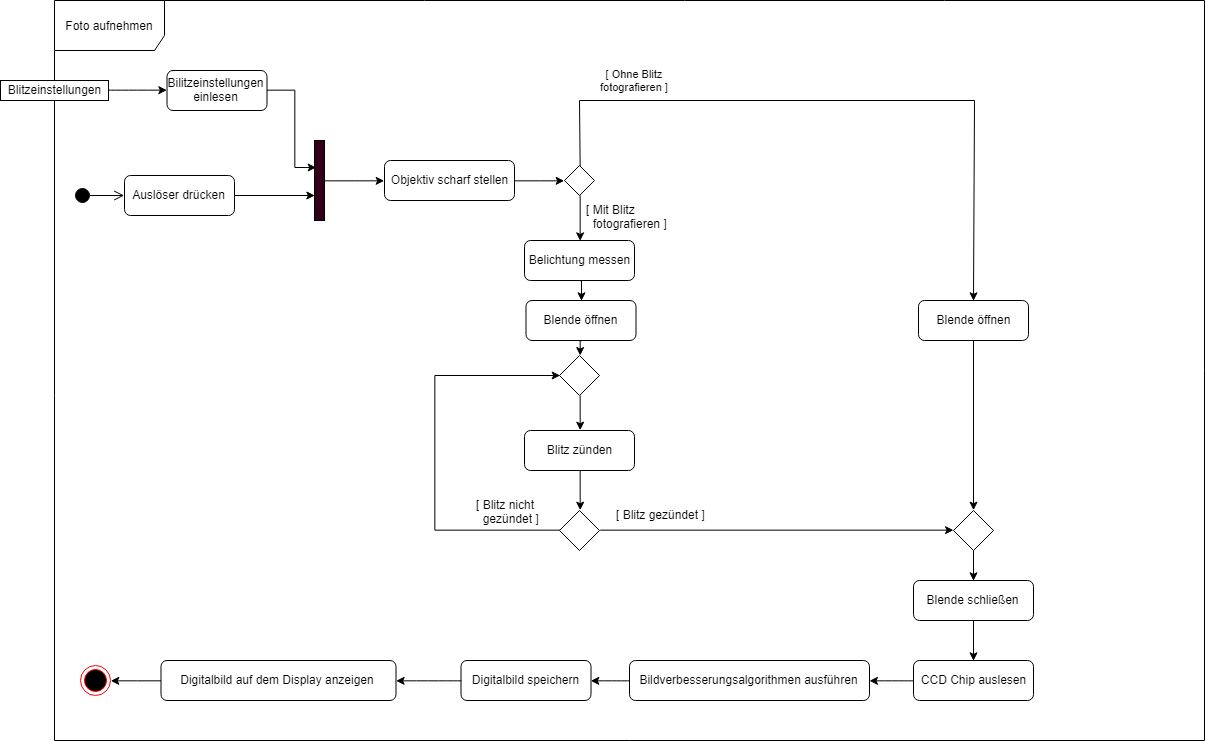
This is UML/Blatt2/Aufgabe_4.png from sweIhm-ws2018-19/skillproject-fr-33, a draw.io export, as it was before one commit. Source tidied: cells renumbered, new cells last; positions are measured from the earlier drawing's top-left corner, leaving out a move shared by most shapes.
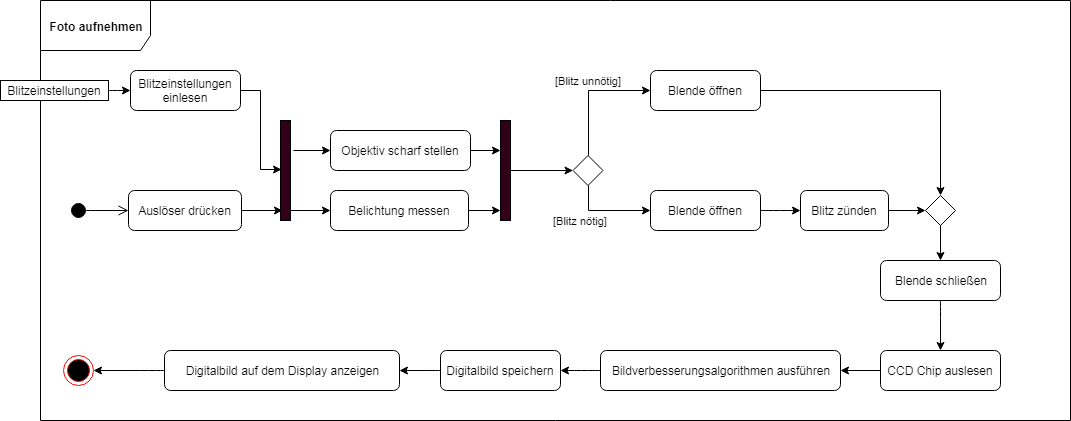
The same file after the commit.

Commit message:
Blatt 2 Aufgabe 4: keine Schleife für Blitz

closes #5

Diff of the diagram source:
```diff
@@ -2,155 +2,140 @@
   <root>
     <mxCell id="0" />
     <mxCell id="1" parent="0" />
-    <mxCell id="2" style="edgeStyle=orthogonalEdgeStyle;rounded=0;html=1;exitX=0.5;exitY=1;entryX=0.5;entryY=0;jettySize=auto;" parent="1" edge="1" source="3" target="33">
-      <mxGeometry relative="1" as="geometry" />
-    </mxCell>
+    <mxCell id="46" style="edgeStyle=orthogonalEdgeStyle;curved=1;rounded=0;html=1;exitX=1;exitY=0.5;entryX=0;entryY=0.5;jettySize=auto;" parent="1" edge="1" source="3" target="35">
+      <mxGeometry relative="1" as="geometry" />
+    </mxCell>
-    <mxCell id="3" value="Belichtung messen" style="rounded=1;whiteSpace=wrap;html=1;" parent="1" vertex="1">
-      <mxGeometry x="524" y="240" width="110" height="40" as="geometry" />
+    <mxCell id="3" value="Blende öffnen" style="rounded=1;whiteSpace=wrap;html=1;" parent="1" vertex="1">
+      <mxGeometry x="684" y="190" width="110" height="40" as="geometry" />
     </mxCell>
-    <mxCell id="4" style="edgeStyle=orthogonalEdgeStyle;rounded=0;html=1;entryX=0;entryY=0.688;entryPerimeter=0;jettySize=auto;" parent="1" edge="1" source="5" target="24">
-      <mxGeometry relative="1" as="geometry" />
-    </mxCell>
+    <mxCell id="47" style="edgeStyle=orthogonalEdgeStyle;rounded=0;html=1;jettySize=auto;" parent="1" edge="1" source="5">
+      <mxGeometry relative="1" as="geometry">
+        <mxPoint x="316" y="210" as="targetPoint" />
+      </mxGeometry>
+    </mxCell>
     <mxCell id="5" value="Auslöser drücken" style="rounded=1;whiteSpace=wrap;html=1;fillColor=none;gradientColor=none;" parent="1" vertex="1">
-      <mxGeometry x="124" y="175" width="110" height="40" as="geometry" />
+      <mxGeometry x="162" y="190" width="113" height="40" as="geometry" />
     </mxCell>
+    <mxCell id="48" value="Objektiv scharf stellen" style="rounded=1;whiteSpace=wrap;html=1;fillColor=none;gradientColor=none;" parent="1" vertex="1">
+      <mxGeometry x="364" y="130" width="140" height="40" as="geometry" />
+    </mxCell>
-    <mxCell id="6" style="edgeStyle=orthogonalEdgeStyle;rounded=0;html=1;exitX=0.5;exitY=1;entryX=0.5;entryY=0;jettySize=auto;" parent="1" edge="1" source="7" target="9">
+    <mxCell id="6" style="edgeStyle=orthogonalEdgeStyle;curved=1;rounded=0;html=1;entryX=0.5;entryY=0;jettySize=auto;exitX=0.5;exitY=1;" parent="1" edge="1" source="7" target="9">
       <mxGeometry relative="1" as="geometry" />
     </mxCell>
     <mxCell id="7" value="Blende schließen" style="rounded=1;whiteSpace=wrap;html=1;fillColor=none;gradientColor=none;" parent="1" vertex="1">
-      <mxGeometry x="913" y="580" width="120" height="40" as="geometry" />
+      <mxGeometry x="914" y="260" width="120" height="40" as="geometry" />
     </mxCell>
-    <mxCell id="8" style="edgeStyle=orthogonalEdgeStyle;curved=1;rounded=0;html=1;exitX=0;exitY=0.5;entryX=1;entryY=0.5;jettySize=auto;" parent="1" edge="1" source="9" target="11">
+    <mxCell id="8" style="edgeStyle=orthogonalEdgeStyle;rounded=0;html=1;exitX=0;exitY=0.5;entryX=1;entryY=0.5;jettySize=auto;" parent="1" edge="1" source="9" target="11">
       <mxGeometry relative="1" as="geometry" />
     </mxCell>
     <mxCell id="9" value="CCD Chip auslesen" style="rounded=1;whiteSpace=wrap;html=1;fillColor=none;gradientColor=none;" parent="1" vertex="1">
-      <mxGeometry x="913" y="660" width="120" height="40" as="geometry" />
+      <mxGeometry x="914" y="350" width="120" height="40" as="geometry" />
     </mxCell>
     <mxCell id="10" style="edgeStyle=orthogonalEdgeStyle;curved=1;rounded=0;html=1;exitX=0;exitY=0.5;entryX=1;entryY=0.5;jettySize=auto;" parent="1" edge="1" source="11" target="13">
       <mxGeometry relative="1" as="geometry" />
     </mxCell>
     <mxCell id="11" value="Bildverbesserungsalgorithmen ausführen" style="rounded=1;whiteSpace=wrap;html=1;fillColor=none;gradientColor=none;" parent="1" vertex="1">
-      <mxGeometry x="629" y="660" width="240" height="40" as="geometry" />
+      <mxGeometry x="634" y="350" width="240" height="40" as="geometry" />
     </mxCell>
     <mxCell id="12" style="edgeStyle=orthogonalEdgeStyle;curved=1;rounded=0;html=1;exitX=0;exitY=0.5;entryX=1;entryY=0.5;jettySize=auto;" parent="1" edge="1" source="13" target="15">
       <mxGeometry relative="1" as="geometry" />
     </mxCell>
     <mxCell id="13" value="Digitalbild speichern" style="rounded=1;whiteSpace=wrap;html=1;fillColor=none;gradientColor=none;" parent="1" vertex="1">
-      <mxGeometry x="460.5" y="660" width="130" height="40" as="geometry" />
+      <mxGeometry x="474" y="350" width="120" height="40" as="geometry" />
     </mxCell>
     <mxCell id="14" style="edgeStyle=orthogonalEdgeStyle;curved=1;rounded=0;html=1;entryX=1;entryY=0.5;jettySize=auto;" parent="1" edge="1" source="15" target="31">
       <mxGeometry relative="1" as="geometry" />
     </mxCell>
     <mxCell id="15" value="Digitalbild auf dem Display anzeigen" style="rounded=1;whiteSpace=wrap;html=1;fillColor=none;gradientColor=none;" parent="1" vertex="1">
-      <mxGeometry x="160.5" y="660" width="235" height="40" as="geometry" />
+      <mxGeometry x="198" y="350" width="235" height="40" as="geometry" />
     </mxCell>
-    <mxCell id="16" style="edgeStyle=orthogonalEdgeStyle;rounded=0;html=1;entryX=0.1;entryY=0.338;entryPerimeter=0;jettySize=auto;" parent="1" edge="1" source="17" target="24">
-      <mxGeometry relative="1" as="geometry">
-        <Array as="points">
-          <mxPoint x="294" y="90" />
-          <mxPoint x="294" y="167" />
-        </Array>
-      </mxGeometry>
+    <mxCell id="16" style="edgeStyle=orthogonalEdgeStyle;rounded=0;html=1;jettySize=auto;entryX=0.1;entryY=0.49;entryPerimeter=0;" parent="1" edge="1" source="17" target="24">
+      <mxGeometry relative="1" as="geometry" />
     </mxCell>
-    <mxCell id="17" value="Bilitzeinstellungen&lt;br&gt;einlesen" style="rounded=1;whiteSpace=wrap;html=1;fillColor=none;gradientColor=none;" parent="1" vertex="1">
-      <mxGeometry x="166.5" y="70" width="100" height="40" as="geometry" />
+    <mxCell id="17" value="Blitzeinstellungen&lt;br&gt;einlesen" style="rounded=1;whiteSpace=wrap;html=1;fillColor=none;gradientColor=none;" parent="1" vertex="1">
+      <mxGeometry x="164" y="70" width="110" height="40" as="geometry" />
     </mxCell>
-    <mxCell id="18" style="edgeStyle=orthogonalEdgeStyle;rounded=0;html=1;entryX=0;entryY=0.5;jettySize=auto;" parent="1" edge="1" source="19" target="22">
-      <mxGeometry relative="1" as="geometry" />
-    </mxCell>
+    <mxCell id="49" style="edgeStyle=orthogonalEdgeStyle;rounded=0;html=1;exitX=1;exitY=0.5;jettySize=auto;" parent="1" edge="1" source="19">
+      <mxGeometry relative="1" as="geometry">
+        <mxPoint x="534" y="210" as="targetPoint" />
+      </mxGeometry>
+    </mxCell>
-    <mxCell id="19" value="Objektiv scharf stellen&lt;br&gt;" style="rounded=1;whiteSpace=wrap;html=1;fillColor=none;gradientColor=none;" parent="1" vertex="1">
-      <mxGeometry x="384" y="160" width="130" height="40" as="geometry" />
+    <mxCell id="19" value="Belichtung messen" style="rounded=1;whiteSpace=wrap;html=1;fillColor=none;gradientColor=none;" parent="1" vertex="1">
+      <mxGeometry x="364" y="190" width="138" height="40" as="geometry" />
     </mxCell>
+    <mxCell id="50" style="edgeStyle=orthogonalEdgeStyle;rounded=0;html=1;entryX=0;entryY=0.5;jettySize=auto;" parent="1" edge="1" source="35" target="52">
+      <mxGeometry relative="1" as="geometry" />
+    </mxCell>
+    <mxCell id="35" value="Blitz zünden" style="rounded=1;whiteSpace=wrap;html=1;fillColor=none;gradientColor=none;" parent="1" vertex="1">
+      <mxGeometry x="834" y="190" width="88" height="40" as="geometry" />
+    </mxCell>
+    <mxCell id="21" value="[Blitz nötig]" style="rounded=0;html=1;exitX=0.5;exitY=1;entryX=0;entryY=0.5;jettySize=auto;edgeStyle=orthogonalEdgeStyle;" parent="1" edge="1" source="22" target="3">
+      <mxGeometry x="-0.43" y="-13" relative="1" as="geometry">
+        <mxPoint x="-8" y="-3" as="offset" />
+      </mxGeometry>
+    </mxCell>
-    <mxCell id="20" value="[ Ohne Blitz&lt;br&gt;fotografieren ]" style="rounded=0;html=1;entryX=0.5;entryY=0;jettySize=auto;exitX=0.5;exitY=0;" parent="1" edge="1" source="22" target="27">
-      <mxGeometry x="-0.8" y="-59" relative="1" as="geometry">
-        <Array as="points">
-          <mxPoint x="579" y="100" />
-          <mxPoint x="974" y="100" />
-        </Array>
-        <mxPoint x="55" y="-79" as="offset" />
-      </mxGeometry>
+    <mxCell id="20" value="[Blitz unnötig]" style="rounded=0;html=1;entryX=0;entryY=0.5;jettySize=auto;exitX=0.5;exitY=0;edgeStyle=orthogonalEdgeStyle;" parent="1" edge="1" source="22" target="27">
+      <mxGeometry x="0.02" y="10" relative="1" as="geometry" />
     </mxCell>
-    <mxCell id="21" style="edgeStyle=orthogonalEdgeStyle;rounded=0;html=1;exitX=0.5;exitY=1;entryX=0.5;entryY=0;jettySize=auto;" parent="1" edge="1" source="22" target="3">
-      <mxGeometry relative="1" as="geometry" />
-    </mxCell>
     <mxCell id="22" style="rhombus;whiteSpace=wrap;html=1;fillColor=none;gradientColor=none;" parent="1" vertex="1">
-      <mxGeometry x="564" y="165" width="30" height="30" as="geometry" />
+      <mxGeometry x="606.5" y="155" width="30" height="30" as="geometry" />
     </mxCell>
-    <mxCell id="23" style="edgeStyle=orthogonalEdgeStyle;rounded=0;html=1;entryX=0;entryY=0.5;jettySize=auto;" parent="1" edge="1" source="24" target="19">
-      <mxGeometry relative="1" as="geometry" />
-    </mxCell>
+    <mxCell id="51" style="edgeStyle=orthogonalEdgeStyle;rounded=0;html=1;entryX=0.5;entryY=0;jettySize=auto;exitX=0.5;exitY=1;" parent="1" edge="1" source="52" target="7">
+      <mxGeometry relative="1" as="geometry" />
+    </mxCell>
+    <mxCell id="52" style="rhombus;whiteSpace=wrap;html=1;fillColor=none;gradientColor=none;" parent="1" vertex="1">
+      <mxGeometry x="959" y="195" width="30" height="30" as="geometry" />
+    </mxCell>
+    <mxCell id="53" style="edgeStyle=orthogonalEdgeStyle;rounded=0;html=1;jettySize=auto;" parent="1" edge="1" source="57" target="22">
+      <mxGeometry relative="1" as="geometry" />
+    </mxCell>
+    <mxCell id="54" style="edgeStyle=orthogonalEdgeStyle;rounded=0;html=1;entryX=0;entryY=0.5;jettySize=auto;" parent="1" edge="1" target="48">
+      <mxGeometry relative="1" as="geometry">
+        <mxPoint x="327" y="150" as="sourcePoint" />
+      </mxGeometry>
+    </mxCell>
+    <mxCell id="55" style="edgeStyle=orthogonalEdgeStyle;rounded=0;html=1;entryX=0;entryY=0.5;jettySize=auto;" parent="1" edge="1" target="19">
+      <mxGeometry relative="1" as="geometry">
+        <mxPoint x="324" y="210" as="sourcePoint" />
+      </mxGeometry>
+    </mxCell>
     <mxCell id="24" style="html=1;points=[];perimeter=orthogonalPerimeter;fillColor=#33001A;gradientColor=none;" parent="1" vertex="1">
-      <mxGeometry x="314" y="140" width="10" height="80" as="geometry" />
+      <mxGeometry x="314" y="120" width="10" height="100" as="geometry" />
     </mxCell>
-    <mxCell id="25" style="html=1;verticalAlign=bottom;startArrow=circle;startFill=1;endArrow=open;startSize=6;endSize=8;entryX=0;entryY=0.5;" parent="1" edge="1" target="5">
+    <mxCell id="25" style="html=1;verticalAlign=bottom;startArrow=circle;startFill=1;endArrow=open;startSize=6;endSize=8;entryX=0;entryY=0.5;edgeStyle=orthogonalEdgeStyle;" parent="1" edge="1" target="5">
       <mxGeometry x="0.82" y="27" relative="1" as="geometry">
-        <mxPoint x="74" y="195" as="sourcePoint" />
+        <mxPoint x="104" y="210" as="sourcePoint" />
+        <Array as="points">
+          <mxPoint x="114" y="210" />
+          <mxPoint x="114" y="210" />
+        </Array>
       </mxGeometry>
     </mxCell>
-    <mxCell id="26" style="edgeStyle=orthogonalEdgeStyle;rounded=0;html=1;exitX=0.5;exitY=1;entryX=0.5;entryY=0;jettySize=auto;" parent="1" edge="1" source="27" target="42">
-      <mxGeometry relative="1" as="geometry" />
-    </mxCell>
+    <mxCell id="56" style="edgeStyle=orthogonalEdgeStyle;rounded=0;html=1;entryX=0.5;entryY=0;jettySize=auto;" parent="1" edge="1" source="27" target="52">
+      <mxGeometry relative="1" as="geometry" />
+    </mxCell>
     <mxCell id="27" value="Blende öffnen" style="rounded=1;whiteSpace=wrap;html=1;" parent="1" vertex="1">
-      <mxGeometry x="918" y="300" width="110" height="40" as="geometry" />
+      <mxGeometry x="684" y="70" width="110" height="40" as="geometry" />
     </mxCell>
+    <mxCell id="57" style="html=1;points=[];perimeter=orthogonalPerimeter;fillColor=#33001A;gradientColor=none;" parent="1" vertex="1">
+      <mxGeometry x="534" y="120" width="10" height="100" as="geometry" />
+    </mxCell>
+    <mxCell id="58" style="edgeStyle=orthogonalEdgeStyle;rounded=0;html=1;exitX=1;exitY=0.5;jettySize=auto;" parent="1" edge="1" source="48">
+      <mxGeometry relative="1" as="geometry">
+        <mxPoint x="534" y="150" as="targetPoint" />
+      </mxGeometry>
+    </mxCell>
     <mxCell id="28" style="edgeStyle=orthogonalEdgeStyle;curved=1;rounded=0;html=1;exitX=1;exitY=0.5;jettySize=auto;entryX=0;entryY=0.5;" parent="1" edge="1" source="30" target="17">
       <mxGeometry relative="1" as="geometry" />
     </mxCell>
-    <mxCell id="29" value="Foto aufnehmen" style="shape=umlFrame;whiteSpace=wrap;html=1;fillColor=#ffffff;gradientColor=none;width=110;height=50;" parent="1" vertex="1">
-      <mxGeometry x="54" width="1150" height="740" as="geometry" />
+    <mxCell id="29" value="Foto aufnehmen" style="shape=umlFrame;whiteSpace=wrap;html=1;fillColor=#ffffff;gradientColor=none;width=110;height=50;fontStyle=1;" parent="1" vertex="1">
+      <mxGeometry x="74" width="1030" height="420" as="geometry" />
     </mxCell>
     <mxCell id="30" value="Blitzeinstellungen" style="rounded=0;whiteSpace=wrap;html=1;fillColor=#ffffff;gradientColor=none;" parent="1" vertex="1">
-      <mxGeometry y="80" width="108" height="20" as="geometry" />
+      <mxGeometry x="34" y="80" width="108" height="20" as="geometry" />
     </mxCell>
     <mxCell id="31" style="ellipse;html=1;shape=endState;fillColor=#000000;strokeColor=#ff0000;" parent="1" vertex="1">
-      <mxGeometry x="80" y="665" width="30" height="30" as="geometry" />
+      <mxGeometry x="97" y="355" width="30" height="30" as="geometry" />
     </mxCell>
-    <mxCell id="32" style="edgeStyle=orthogonalEdgeStyle;rounded=0;html=1;exitX=0.5;exitY=1;entryX=0.5;entryY=0;jettySize=auto;" parent="1" edge="1" source="33" target="37">
-      <mxGeometry relative="1" as="geometry" />
-    </mxCell>
-    <mxCell id="33" value="Blende öffnen" style="rounded=1;whiteSpace=wrap;html=1;" parent="1" vertex="1">
-      <mxGeometry x="525.5" y="300" width="110" height="40" as="geometry" />
-    </mxCell>
-    <mxCell id="34" style="edgeStyle=orthogonalEdgeStyle;rounded=0;html=1;exitX=0.5;exitY=1;entryX=0.5;entryY=0;jettySize=auto;" parent="1" edge="1" source="35" target="40">
-      <mxGeometry relative="1" as="geometry" />
-    </mxCell>
-    <mxCell id="35" value="Blitz zünden" style="rounded=1;whiteSpace=wrap;html=1;" parent="1" vertex="1">
-      <mxGeometry x="524" y="430" width="110" height="40" as="geometry" />
-    </mxCell>
-    <mxCell id="36" style="edgeStyle=orthogonalEdgeStyle;rounded=0;html=1;exitX=0.5;exitY=1;entryX=0.5;entryY=0;jettySize=auto;" parent="1" edge="1" source="37" target="35">
-      <mxGeometry relative="1" as="geometry" />
-    </mxCell>
-    <mxCell id="37" style="rhombus;whiteSpace=wrap;html=1;" parent="1" vertex="1">
-      <mxGeometry x="559" y="355" width="40" height="40" as="geometry" />
-    </mxCell>
-    <mxCell id="38" style="edgeStyle=orthogonalEdgeStyle;rounded=0;html=1;exitX=0;exitY=0.5;entryX=0;entryY=0.5;jettySize=auto;" parent="1" edge="1" source="40" target="37">
-      <mxGeometry relative="1" as="geometry">
-        <Array as="points">
-          <mxPoint x="434" y="530" />
-          <mxPoint x="434" y="375" />
-        </Array>
-      </mxGeometry>
-    </mxCell>
-    <mxCell id="39" style="edgeStyle=orthogonalEdgeStyle;rounded=0;html=1;exitX=1;exitY=0.5;entryX=0;entryY=0.5;jettySize=auto;" parent="1" edge="1" source="40" target="42">
-      <mxGeometry relative="1" as="geometry" />
-    </mxCell>
-    <mxCell id="40" style="rhombus;whiteSpace=wrap;html=1;" parent="1" vertex="1">
-      <mxGeometry x="559" y="510" width="40" height="40" as="geometry" />
-    </mxCell>
-    <mxCell id="41" style="edgeStyle=orthogonalEdgeStyle;rounded=0;html=1;exitX=0.5;exitY=1;entryX=0.5;entryY=0;jettySize=auto;" parent="1" edge="1" source="42" target="7">
-      <mxGeometry relative="1" as="geometry" />
-    </mxCell>
-    <mxCell id="42" style="rhombus;whiteSpace=wrap;html=1;" parent="1" vertex="1">
-      <mxGeometry x="953" y="510" width="40" height="40" as="geometry" />
-    </mxCell>
-    <mxCell id="43" value="[ Mit Blitz&lt;br&gt;&amp;nbsp; fotografieren ]" style="text;html=1;align=left;verticalAlign=top;spacingTop=-4;" parent="1" vertex="1">
-      <mxGeometry x="584" y="200" width="100" height="30" as="geometry" />
-    </mxCell>
-    <mxCell id="44" value="[ Blitz nicht&lt;br&gt;&amp;nbsp; gezündet ]" style="text;html=1;align=left;verticalAlign=top;spacingTop=-4;" parent="1" vertex="1">
-      <mxGeometry x="474" y="495" width="80" height="30" as="geometry" />
-    </mxCell>
-    <mxCell id="45" value="[ Blitz gezündet ]" style="text;html=1;align=left;verticalAlign=top;spacingTop=-4;" parent="1" vertex="1">
-      <mxGeometry x="614" y="505" width="100" height="20" as="geometry" />
-    </mxCell>
   </root>
 </mxGraphModel>
```
